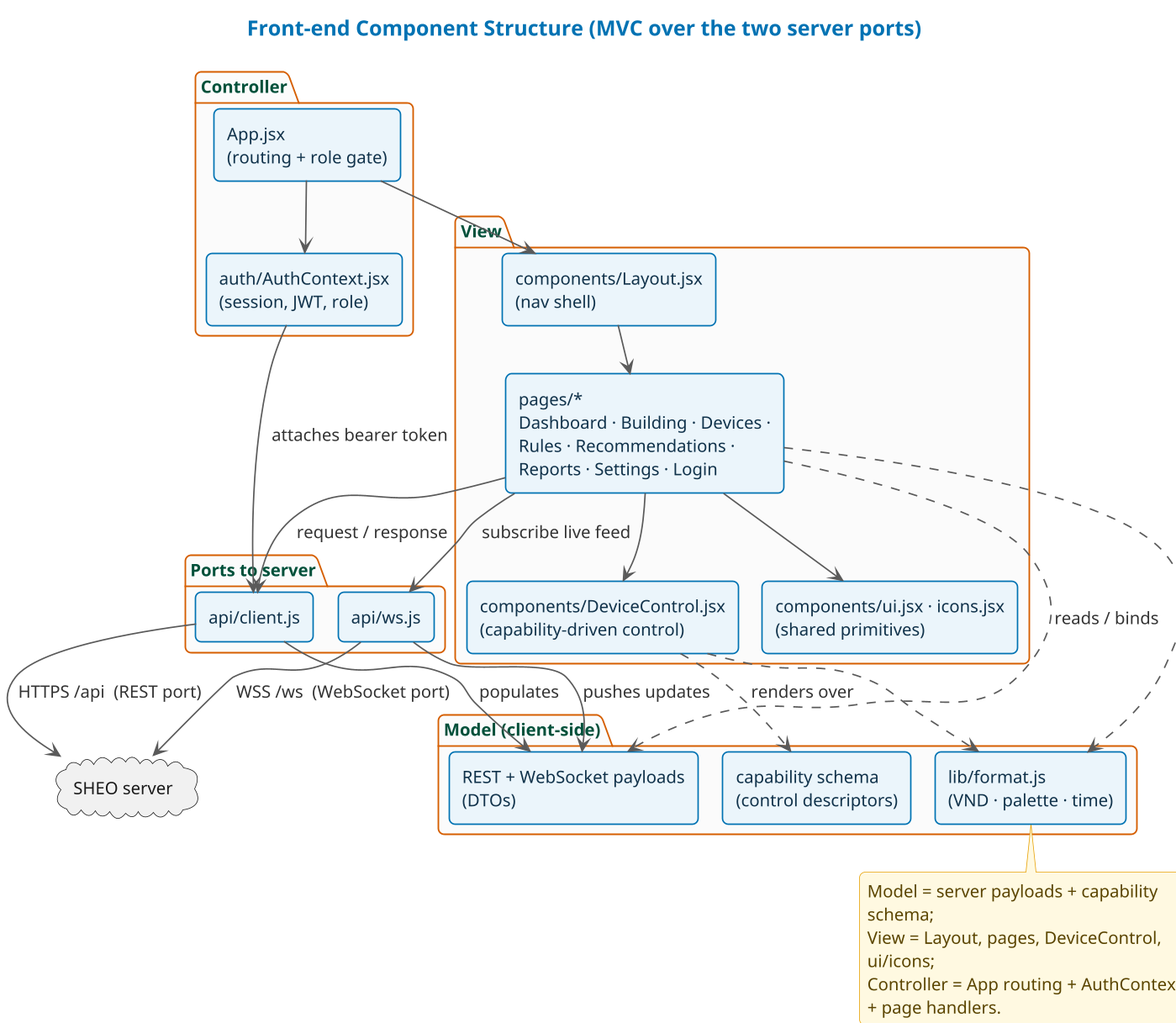
Earlier version of the PlantUML export latex/report/figures/fig17-frontend-component.png (minhchuxuan/20252-se).
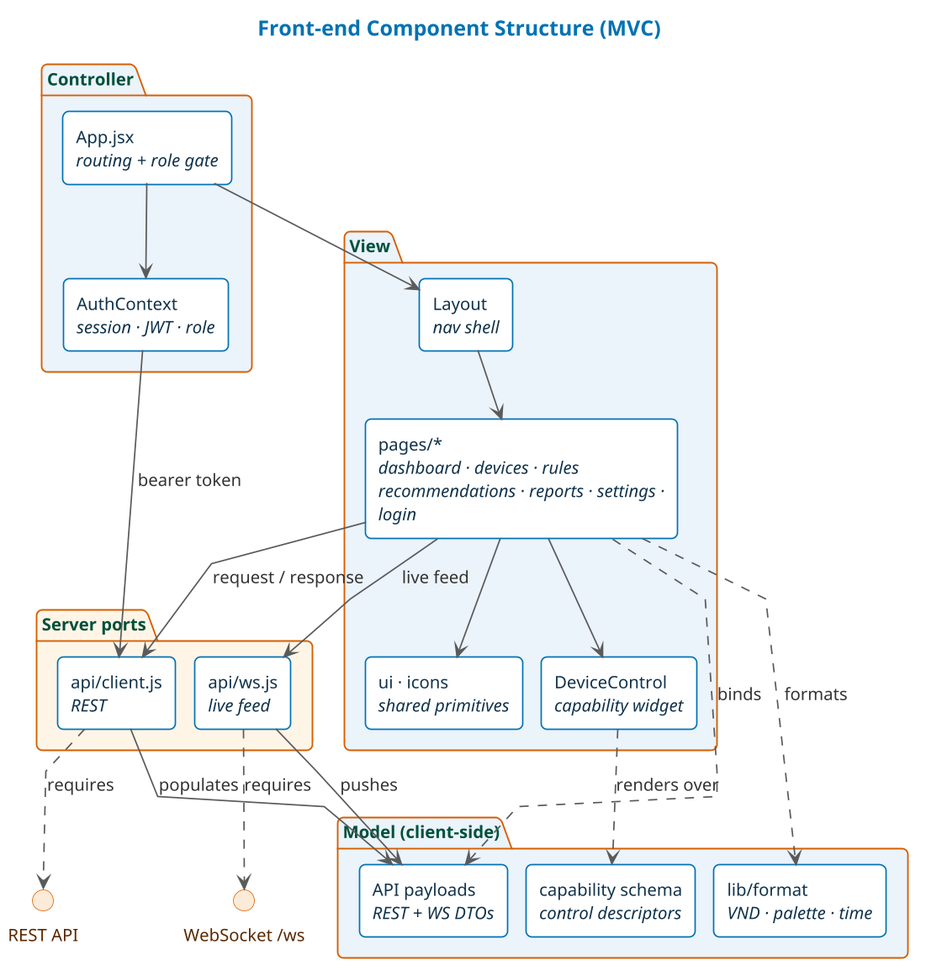
After the change.

The edit, as a diff of the source:
```diff
@@ -1,54 +1,59 @@
 @startuml fig17-frontend-component
-!pragma layout smetana
 !include _theme.puml
-title Front-end Component Structure (MVC over the two server ports)
+title Front-end Component Structure (MVC)
 skinparam componentStyle rectangle
+skinparam linetype polyline
+skinparam nodesep 14
+skinparam ranksep 38
 
-package "Controller" {
-  [App.jsx\n(routing + role gate)] as app
-  [auth/AuthContext.jsx\n(session, JWT, role)] as ctx
+skinparam component {
+  BackgroundColor #FFFFFF
+  BorderColor #0072B2
+  FontColor #10324A
 }
 
-package "View" {
-  [components/Layout.jsx\n(nav shell)] as layout
-  [pages/*\nDashboard · Building · Devices ·\nRules · Recommendations ·\nReports · Settings · Login] as pages
-  [components/DeviceControl.jsx\n(capability-driven control)] as ctrl
-  [components/ui.jsx · icons.jsx\n(shared primitives)] as ui
+package "Controller" as C #EAF2FB {
+  component "App.jsx\n//routing + role gate//" as app
+  component "AuthContext\n//session · JWT · role//" as ctx
 }
 
-package "Model (client-side)" {
-  [REST + WebSocket payloads\n(DTOs)] as dto
-  [capability schema\n(control descriptors)] as cap
-  [lib/format.js\n(VND · palette · time)] as fmt
+package "View" as V #EAF2FB {
+  component "Layout\n//nav shell//" as layout
+  component "pages/*\n//dashboard · devices · rules//\n//recommendations · reports · settings · login//" as pages
+  component "DeviceControl\n//capability widget//" as ctrl
+  component "ui · icons\n//shared primitives//" as ui
 }
 
-package "Ports to server" {
-  [api/client.js] as rest
-  [api/ws.js] as ws
+package "Model (client-side)" as M #EAF2FB {
+  component "API payloads\n//REST + WS DTOs//" as dto
+  component "capability schema\n//control descriptors//" as cap
+  component "lib/format\n//VND · palette · time//" as fmt
 }
 
-cloud "SHEO server" as server
+package "Server ports" as P #FFF4E6 {
+  component "api/client.js\n//REST//" as rest
+  component "api/ws.js\n//live feed//" as ws
+}
+
+interface "REST API" as IREST
+interface "WebSocket /ws" as IWS
 
 app --> ctx
 app --> layout
 layout --> pages
 pages --> ctrl
 pages --> ui
+
 ctrl ..> cap : renders over
-pages ..> dto : reads / binds
-pages ..> fmt
-ctrl ..> fmt
-ctx --> rest : attaches bearer token
+pages ..> dto : binds
+pages ..> fmt : formats
+
+ctx --> rest : bearer token
 pages --> rest : request / response
-pages --> ws : subscribe live feed
+pages --> ws : live feed
 rest --> dto : populates
-ws --> dto : pushes updates
-rest --> server : HTTPS /api  (REST port)
-ws --> server : WSS /ws  (WebSocket port)
+ws --> dto : pushes
 
-note bottom of fmt
-  Model = server payloads + capability schema;
-  View = Layout, pages, DeviceControl, ui/icons;
-  Controller = App routing + AuthContext + page handlers.
-end note
+rest ..> IREST : requires
+ws ..> IWS : requires
 @enduml
```
